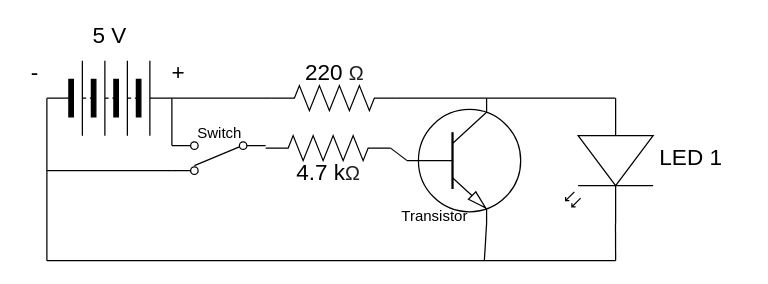
Before: Unit 4-07/Sketch.drawio in Emmanuel-Garcia-Maltes/Unit-4, a draw.io diagram. Source tidied: cells renumbered, new cells numbered last; positions are measured from the earlier drawing's top-left corner, leaving out a move shared by most shapes. Both pictures are drawn from the tidied source at 125%, with x=0, y=0 at pixel (21, 22).
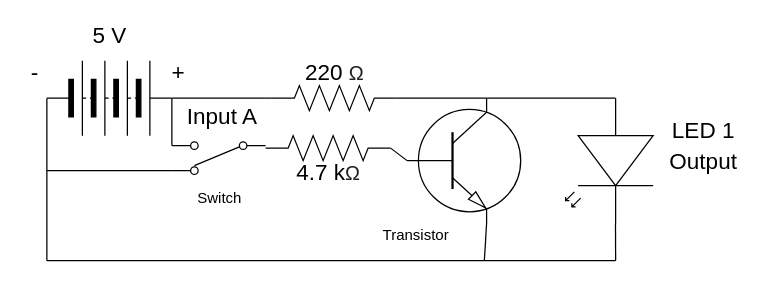
The same page after the edit.

What changed in the source:
```diff
@@
     <mxCell id="13" value="&lt;font style=&quot;font-size: 18px&quot;&gt;LED 1&lt;/font&gt;" style="text;html=1;align=center;verticalAlign=middle;fillColor=none;strokeColor=none;rounded=0;fontFamily=Helvetica;fontSize=11;fontColor=default;" parent="1" vertex="1">
-      <mxGeometry x="500" y="98" width="70" height="20" as="geometry" />
+      <mxGeometry x="510" y="76" width="70" height="20" as="geometry" />
     </mxCell>
@@
     <mxCell id="16" value="Switch&lt;br&gt;" style="text;html=1;align=center;verticalAlign=middle;fillColor=none;strokeColor=none;rounded=0;" parent="1" vertex="1">
-      <mxGeometry x="132.5" y="78" width="50" height="20" as="geometry" />
+      <mxGeometry x="132.5" y="130" width="50" height="20" as="geometry" />
     </mxCell>
@@
     <mxCell id="25" value="Transistor" style="text;html=1;align=center;verticalAlign=middle;fillColor=none;strokeColor=none;rounded=0;" parent="1" vertex="1">
-      <mxGeometry x="295" y="145" width="70" height="20" as="geometry" />
+      <mxGeometry x="280" y="160" width="70" height="20" as="geometry" />
     </mxCell>
+    <mxCell id="26" value="Output&lt;br style=&quot;font-size: 18px;&quot;&gt;" style="text;html=1;align=center;verticalAlign=middle;fillColor=none;strokeColor=none;rounded=0;fontSize=18;" parent="1" vertex="1">
+      <mxGeometry x="510" y="96" width="70" height="30" as="geometry" />
+    </mxCell>
+    <mxCell id="27" value="Input A" style="text;html=1;align=center;verticalAlign=middle;fillColor=none;strokeColor=none;rounded=0;fontSize=18;" parent="1" vertex="1">
+      <mxGeometry x="125" y="60" width="70" height="30" as="geometry" />
+    </mxCell>
```
